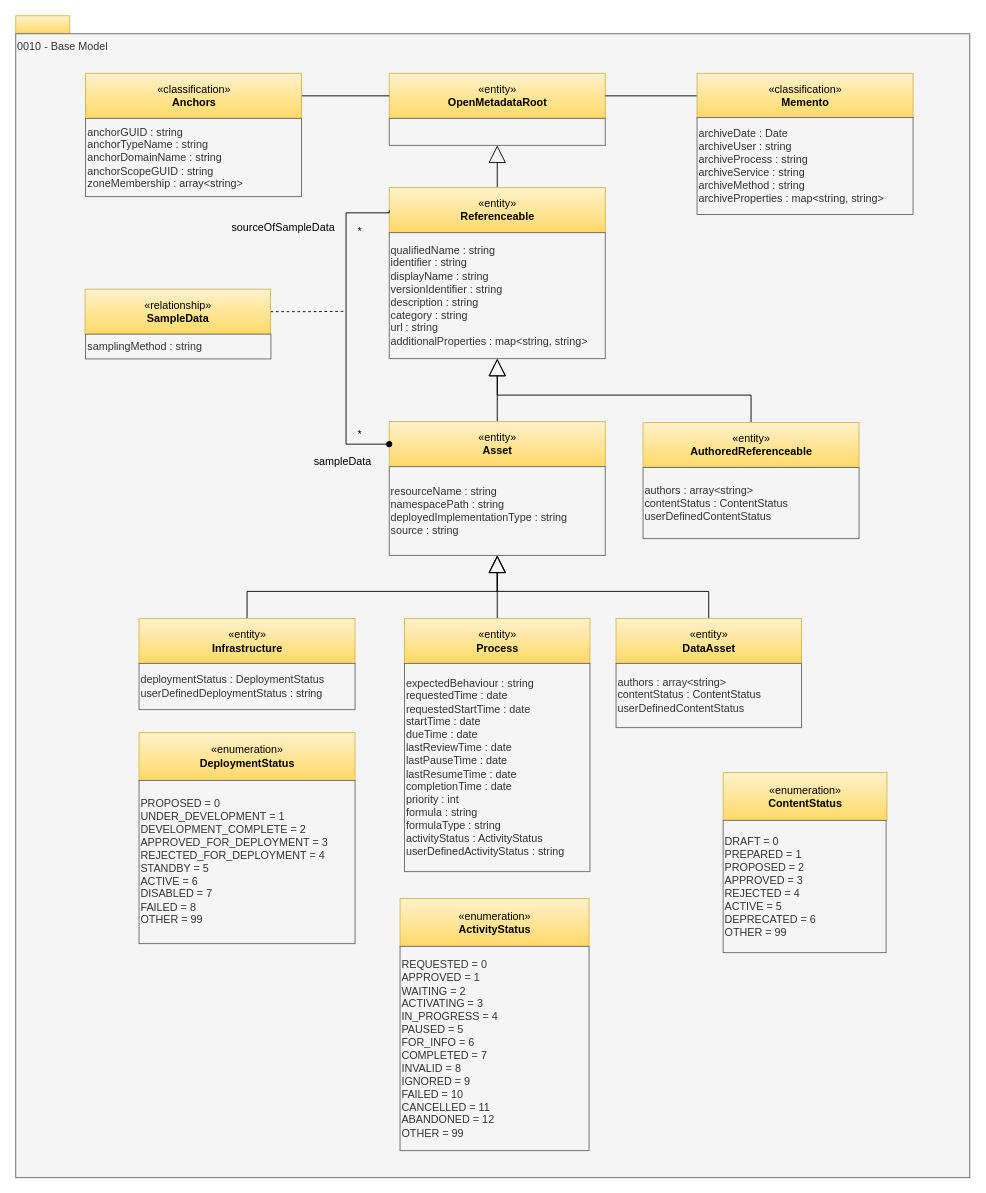
Above: page "0010-Base-Model" (4 of 32) of site/docs/types/0/area-0-basic-types-and-infrastructure.drawio in odpi/egeria-docs (draw.io), before the change. Source tidied: cells renumbered, new cells numbered last; positions are measured from the earlier drawing's top-left corner, leaving out a move shared by most shapes. Both pictures are drawn from the tidied source at 90%, with x=0, y=0 at pixel (15, 15).
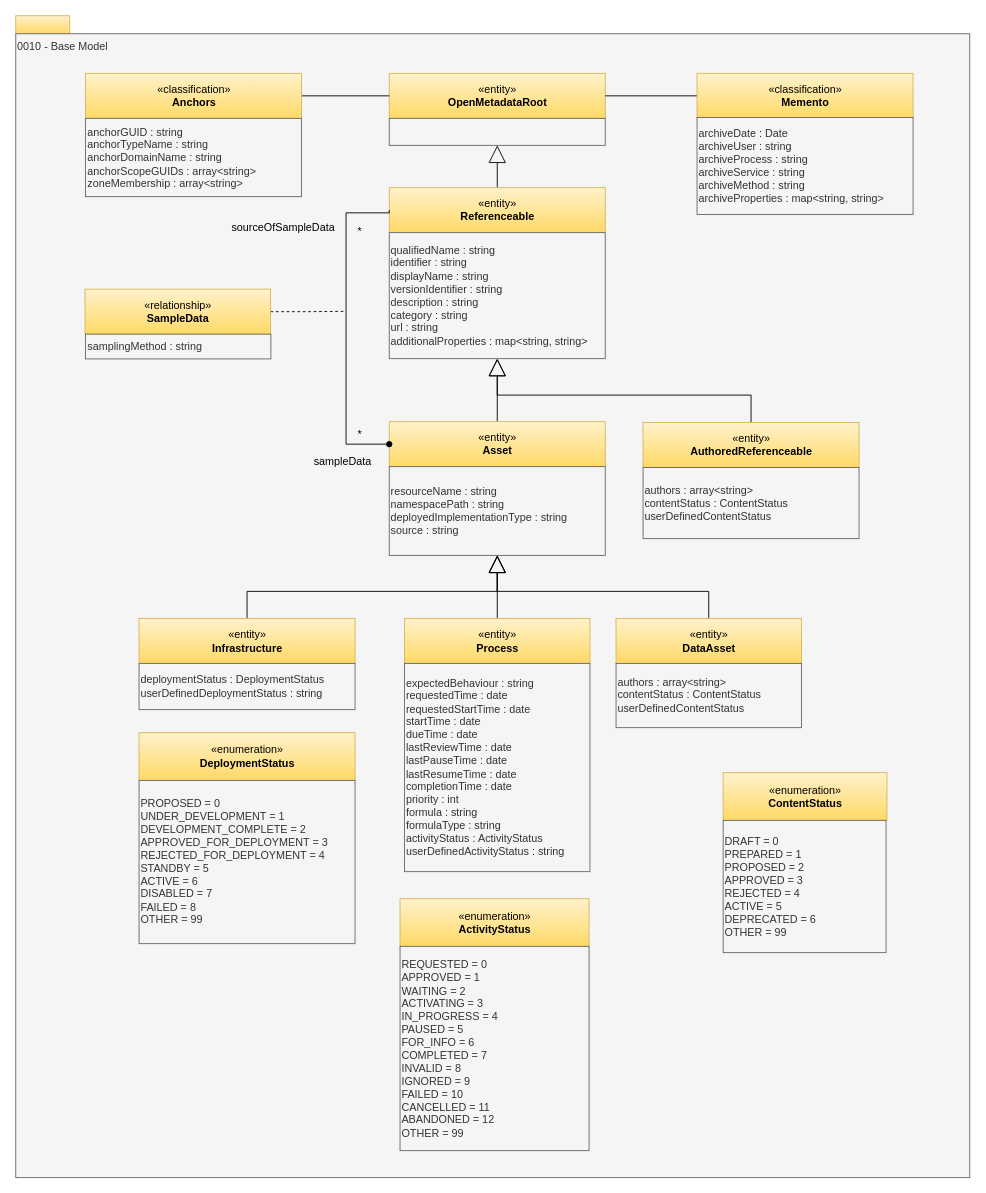
The same page after the edit.

Diff of the diagram source:
```diff
@@
-    <mxCell id="22" value="anchorGUID : string&lt;br&gt;anchorTypeName : string&lt;br&gt;&lt;div style=&quot;text-align: left&quot;&gt;&lt;/div&gt;&lt;div&gt;anchorDomainName : string&lt;/div&gt;&lt;div&gt;anchorScopeGUID : string&lt;/div&gt;&lt;div&gt;zoneMembership : array&amp;lt;string&amp;gt;&lt;/div&gt;" style="rounded=0;whiteSpace=wrap;html=1;strokeColor=#666666;align=left;fillColor=#f5f5f5;fontColor=#333333;" parent="1" vertex="1">
+    <mxCell id="22" value="anchorGUID : string&lt;br&gt;anchorTypeName : string&lt;br&gt;&lt;div style=&quot;text-align: left&quot;&gt;&lt;/div&gt;&lt;div&gt;anchorDomainName : string&lt;/div&gt;&lt;div&gt;anchorScopeGUIDs : array&amp;lt;string&amp;gt;&lt;/div&gt;&lt;div&gt;zoneMembership : array&amp;lt;string&amp;gt;&lt;/div&gt;" style="rounded=0;whiteSpace=wrap;html=1;strokeColor=#666666;align=left;fillColor=#f5f5f5;fontColor=#333333;" parent="1" vertex="1">
       <mxGeometry x="77.5" y="114" width="240" height="87" as="geometry" />
     </mxCell>
```
